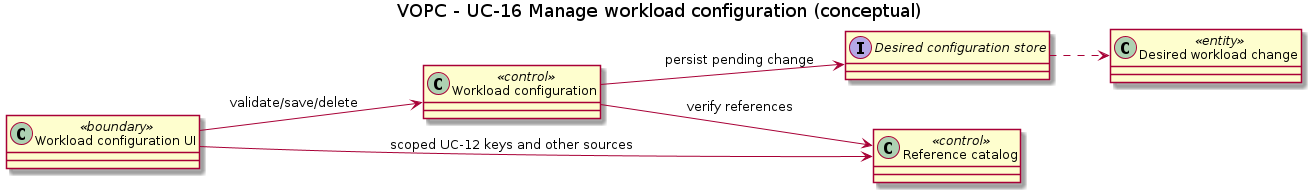
pr3s3nt/poc keeps this PlantUML diagram as orchestrator_docs/usecase/UC-16/vopc.png. Above is the earlier version. Its source is kept beside it as orchestrator_docs/usecase/UC-16/vopc.puml. The source it was exported from:
```plantuml
@startuml
title VOPC - UC-16 Manage workload configuration (conceptual)
left to right direction
skinparam classAttributeIconSize 0
class "Workload configuration UI" as UI <<boundary>>
class "Workload configuration" as Config <<control>>
class "Reference catalog" as Catalog <<control>>
class "Desired workload change" as Change <<entity>>
interface "Desired configuration store" as Store

UI --> Config : validate/save/delete
UI --> Catalog : scoped UC-12 keys and other sources
Config --> Catalog : verify references
Config --> Store : persist pending change
Store ..> Change
@enduml
```
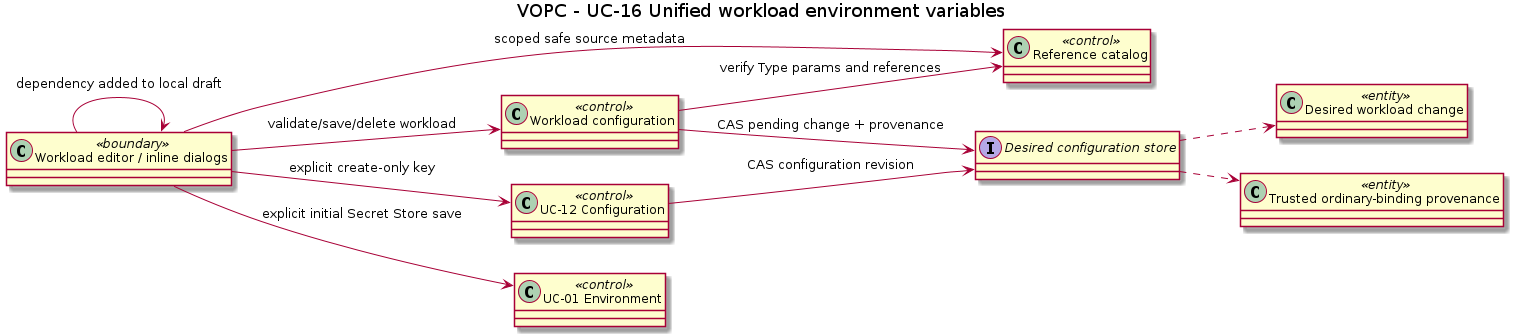
After the change.

What changed in the source:
```diff
@@ -1,16 +1,23 @@
 @startuml
-title VOPC - UC-16 Manage workload configuration (conceptual)
+title VOPC - UC-16 Unified workload environment variables
 left to right direction
 skinparam classAttributeIconSize 0
-class "Workload configuration UI" as UI <<boundary>>
+class "Workload editor / inline dialogs" as UI <<boundary>>
 class "Workload configuration" as Config <<control>>
 class "Reference catalog" as Catalog <<control>>
+class "UC-12 Configuration" as Keys <<control>>
+class "UC-01 Environment" as Env <<control>>
 class "Desired workload change" as Change <<entity>>
+class "Trusted ordinary-binding provenance" as Provenance <<entity>>
 interface "Desired configuration store" as Store
-
-UI --> Config : validate/save/delete
-UI --> Catalog : scoped UC-12 keys and other sources
-Config --> Catalog : verify references
-Config --> Store : persist pending change
+UI --> Catalog : scoped safe source metadata
+UI --> Keys : explicit create-only key
+UI --> Env : explicit initial Secret Store save
+UI --> UI : dependency added to local draft
+UI --> Config : validate/save/delete workload
+Keys --> Store : CAS configuration revision
+Config --> Catalog : verify Type params and references
+Config --> Store : CAS pending change + provenance
 Store ..> Change
+Store ..> Provenance
 @enduml
```
